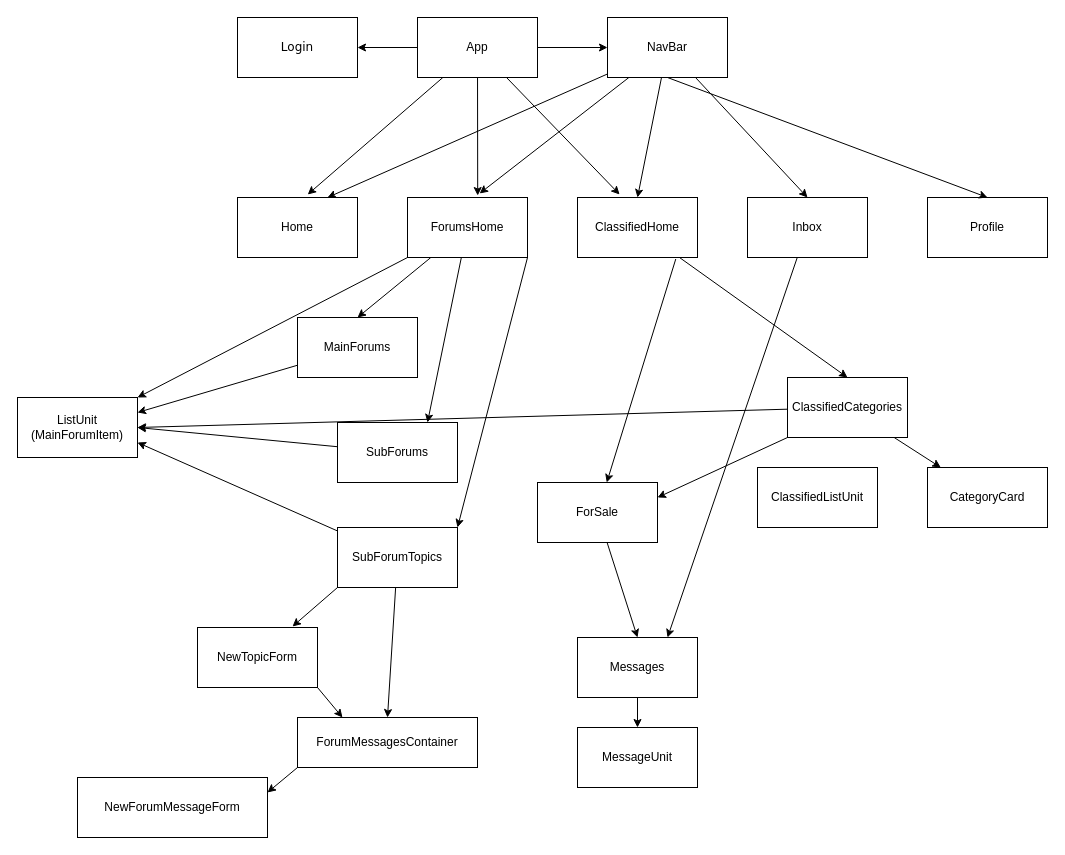
The draw.io diagram client/wireframe.drawio in stringtheory92/CAPSTONE, before the edit. Source tidied: cells renumbered, new cells numbered last; positions are measured from the earlier drawing's top-left corner, leaving out a move shared by most shapes. Both pictures are drawn from the tidied source at 100%, with x=0, y=0 at pixel (17, 17).
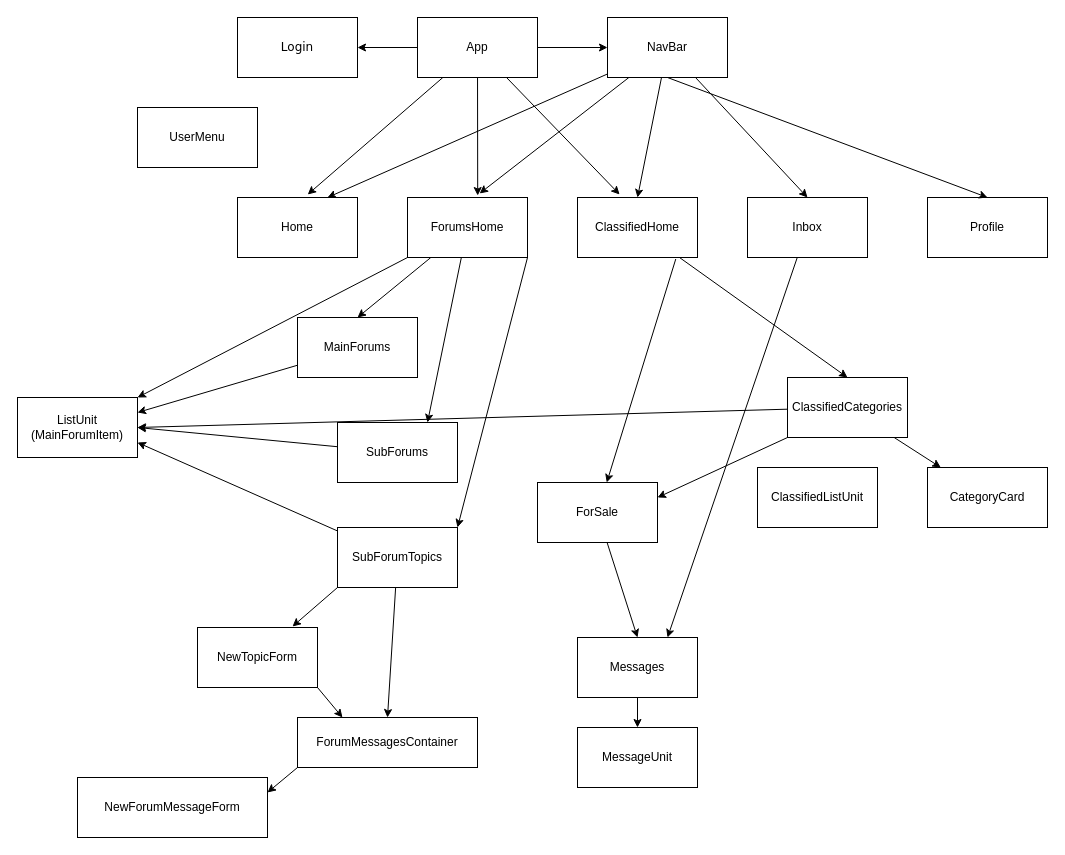
The same page after the edit.

The edit, as a diff of the source:
```diff
@@
+    <mxCell id="53" value="UserMenu" style="rounded=0;whiteSpace=wrap;html=1;" parent="1" vertex="1">
+      <mxGeometry x="120" y="90" width="120" height="60" as="geometry" />
+    </mxCell>
```
